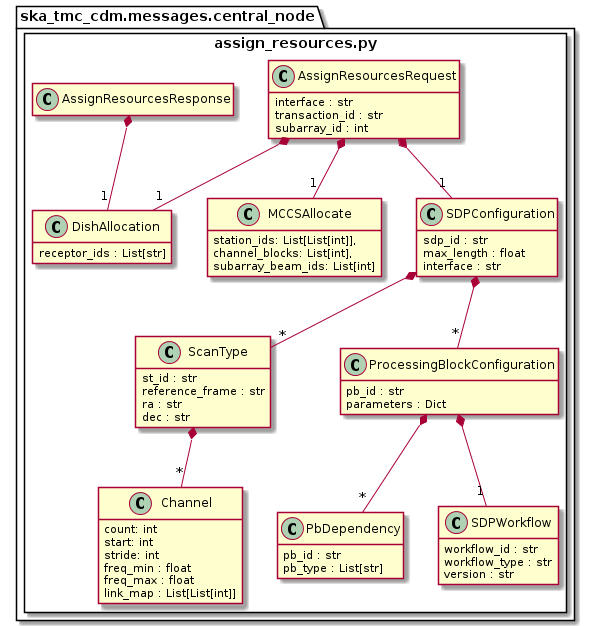
This is docs/src/developer/centralnode/assignresources.png from ska-telescope/cdm-shared-library, a PlantUML export, as it was before one commit.
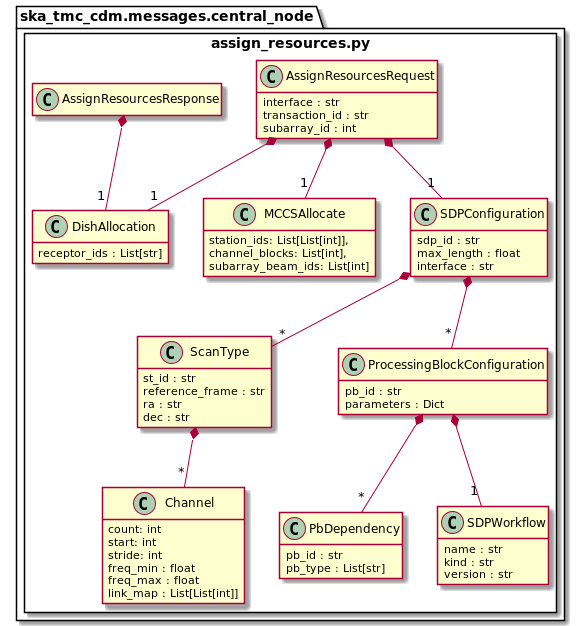
After the commit.

Commit message:
AT2-860 Update SDP Workflow field names from id and type to name and kind

What changed in the source:
```diff
@@ -36,8 +36,8 @@
         }
 
         class SDPWorkflow {
-            workflow_id : str
-            workflow_type : str
+            name : str
+            kind : str
             version : str
         }
 
@@ -70,4 +70,5 @@
         AssignResourcesResponse *-- "1" DishAllocation
 	}
 }
+
 @enduml
```
